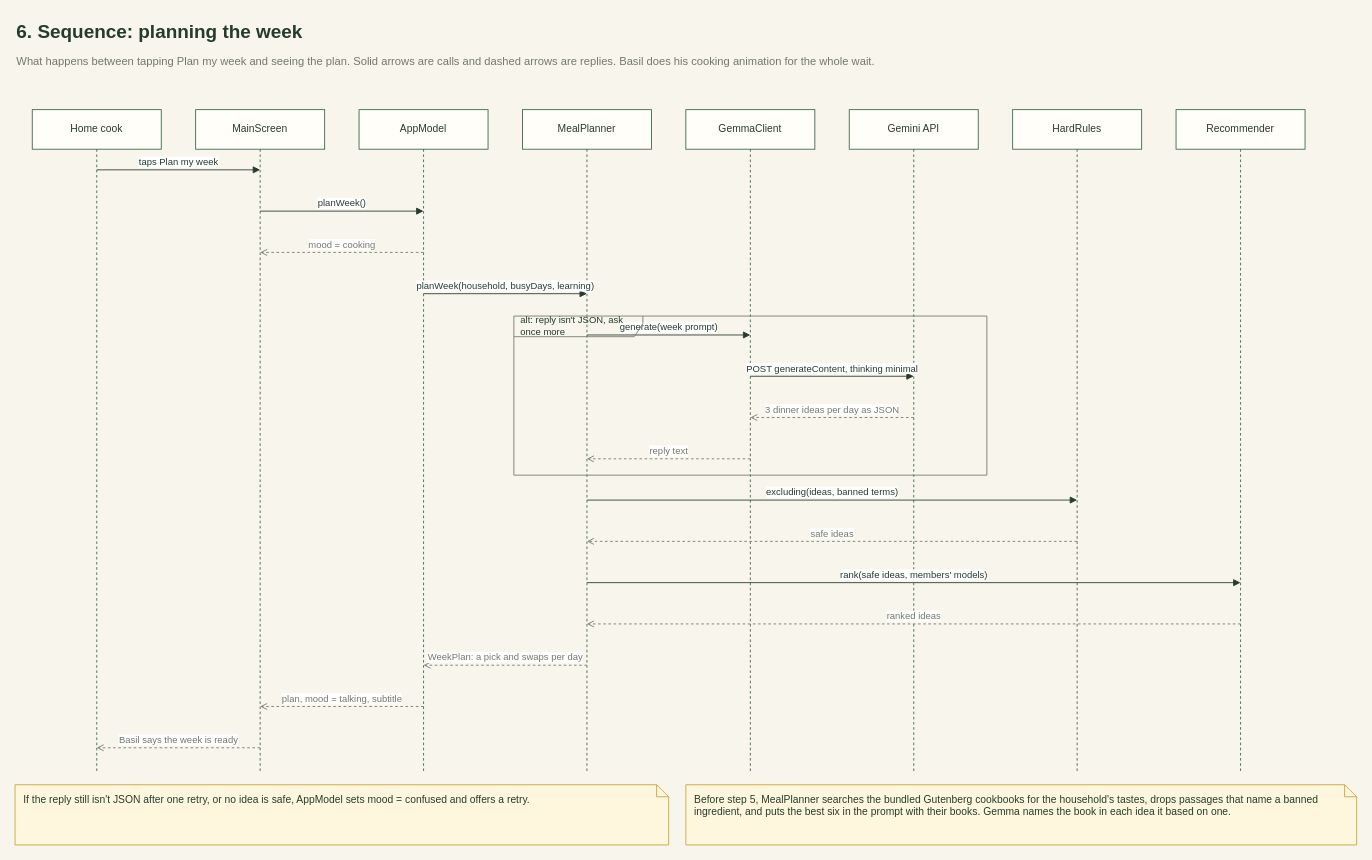
The draw.io diagram page "6 Sequence: plan my week" (6 of 13) of docs/design/yeschef.drawio in spheritual/yeschef, before the edit. Source tidied: cells renumbered, new cells numbered last; positions are measured from the earlier drawing's top-left corner, leaving out a move shared by most shapes. Both pictures are drawn from the tidied source at 86%, with x=0, y=0 at pixel (15, 15).
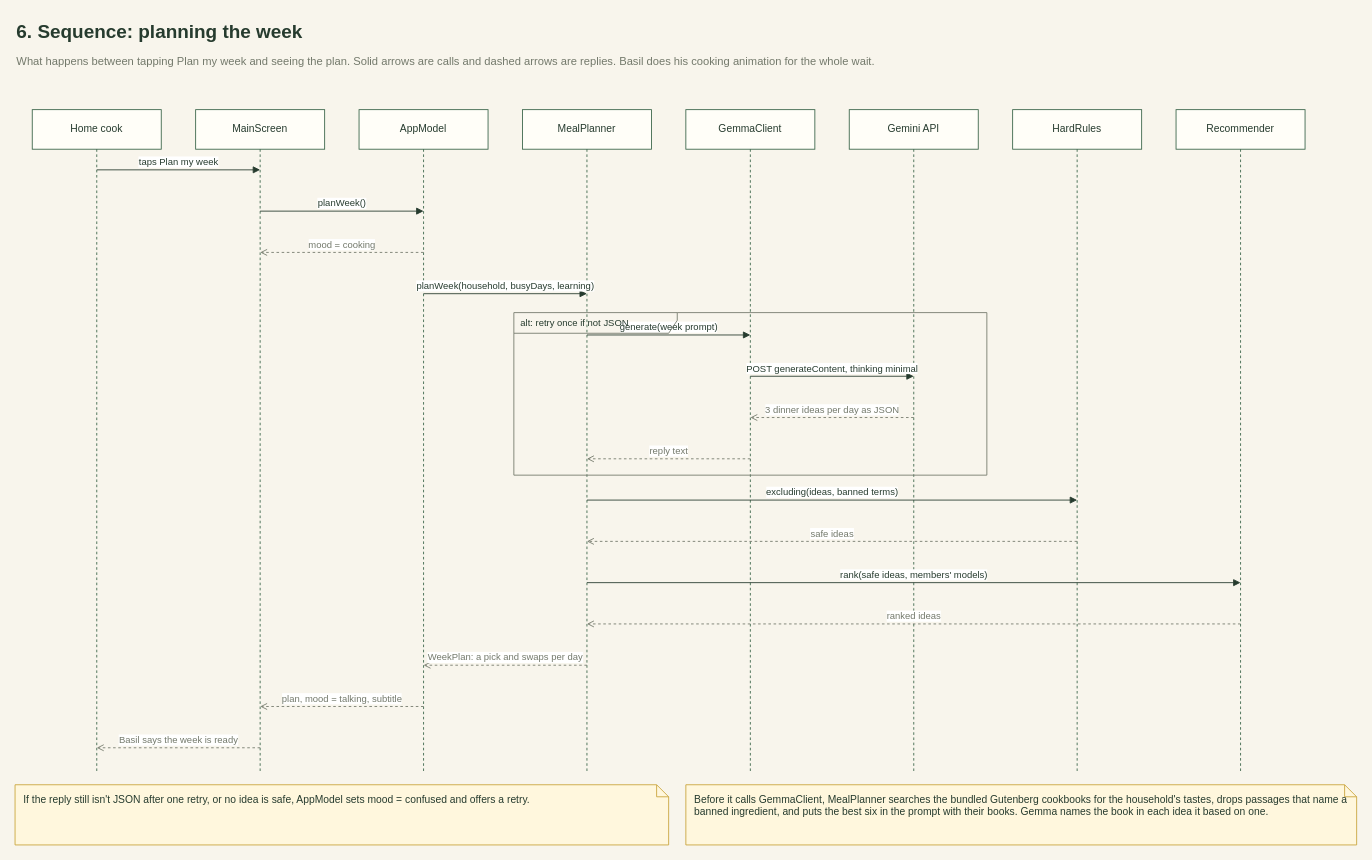
The same diagram, later.

Commit message (it also covers changes not shown here):
Fix the retry frame label and the cookbook note in the planning sequence

Change to the diagram source:
```diff
@@
-    <mxCell id="27" value="alt: reply isn't JSON, ask once more" style="shape=umlFrame;html=1;whiteSpace=wrap;width=150;height=24;fillColor=none;strokeColor=#73796B;fontColor=#263B2E;fontSize=11;align=left;spacingLeft=6;" parent="1" vertex="1">
-      <mxGeometry x="580" y="350" width="550" height="185" as="geometry" />
+    <mxCell id="27" value="alt: retry once if not JSON" style="shape=umlFrame;html=1;whiteSpace=wrap;width=190;height=24;fillColor=none;strokeColor=#73796B;fontColor=#263B2E;fontSize=11;align=left;spacingLeft=6;" parent="1" vertex="1">
+      <mxGeometry x="580" y="346" width="550" height="189" as="geometry" />
     </mxCell>
@@
-    <mxCell id="29" value="Before step 5, MealPlanner searches the bundled Gutenberg cookbooks for the household's tastes, drops passages that name a banned ingredient, and puts the best six in the prompt with their books. Gemma names the book in each idea it based on one." style="shape=note;size=14;html=1;whiteSpace=wrap;align=left;verticalAlign=top;spacingLeft=8;spacingTop=4;fillColor=#FFF7DD;strokeColor=#C9A43A;fontColor=#263B2E;fontSize=12;" parent="1" vertex="1">
+    <mxCell id="29" value="Before it calls GemmaClient, MealPlanner searches the bundled Gutenberg cookbooks for the household's tastes, drops passages that name a banned ingredient, and puts the best six in the prompt with their books. Gemma names the book in each idea it based on one." style="shape=note;size=14;html=1;whiteSpace=wrap;align=left;verticalAlign=top;spacingLeft=8;spacingTop=4;fillColor=#FFF7DD;strokeColor=#C9A43A;fontColor=#263B2E;fontSize=12;" parent="1" vertex="1">
       <mxGeometry x="780" y="895" width="780" height="70" as="geometry" />
     </mxCell>
```
